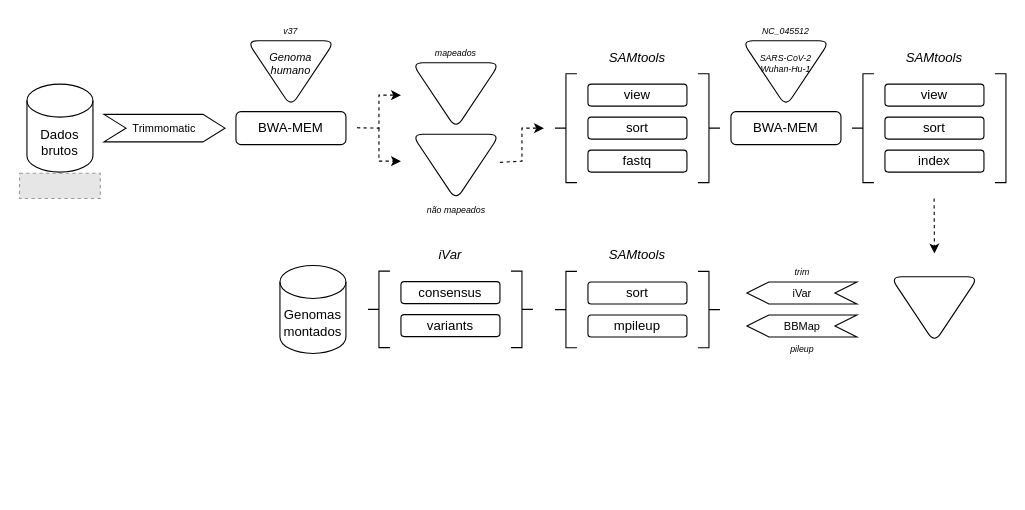
This is workflow_sars-cov-2.drawio from ekazuo/draw-io, a draw.io file, before an edit. Source tidied: cells renumbered, new cells numbered last; positions are measured from the earlier drawing's top-left corner, leaving out a move shared by most shapes. Both pictures are drawn from the tidied source at 110%, with x=0, y=0 at pixel (19, 18). Pictures stored in the file or linked from it are replaced by grey dashed boxes.
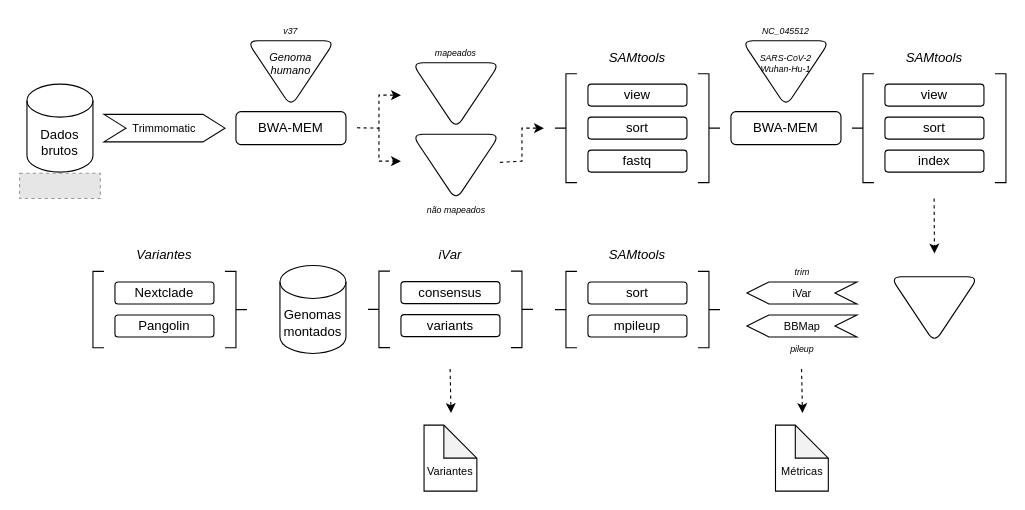
The same page after the edit.

Commit message:
identificação de variantes

What changed in the source:
```diff
@@
+    <mxCell id="47" style="endArrow=classic;html=1;rounded=0;fontSize=10;dashed=1;" parent="1" edge="1">
+      <mxGeometry relative="1" as="geometry">
+        <mxPoint x="711.2" y="319" as="sourcePoint" />
+        <mxPoint x="712" y="359" as="targetPoint" />
+      </mxGeometry>
+    </mxCell>
+    <mxCell id="48" value="&lt;div&gt;&lt;br&gt;&lt;/div&gt;&lt;div&gt;&lt;br&gt;&lt;/div&gt;&lt;div&gt;Métricas&lt;br&gt;&lt;/div&gt;" style="shape=note;whiteSpace=wrap;html=1;backgroundOutline=1;darkOpacity=0.05;fontSize=10;" parent="1" vertex="1">
+      <mxGeometry x="687.5" y="370" width="48" height="60" as="geometry" />
+    </mxCell>
+    <mxCell id="49" style="endArrow=classic;html=1;rounded=0;fontSize=10;dashed=1;" parent="1" edge="1">
+      <mxGeometry relative="1" as="geometry">
+        <mxPoint x="391.7" y="319" as="sourcePoint" />
+        <mxPoint x="392.5" y="359" as="targetPoint" />
+      </mxGeometry>
+    </mxCell>
+    <mxCell id="50" value="&lt;div&gt;&lt;br&gt;&lt;/div&gt;&lt;div&gt;&lt;br&gt;&lt;/div&gt;&lt;div&gt;Variantes&lt;/div&gt;" style="shape=note;whiteSpace=wrap;html=1;backgroundOutline=1;darkOpacity=0.05;fontSize=10;" parent="1" vertex="1">
+      <mxGeometry x="368" y="370" width="48" height="60" as="geometry" />
+    </mxCell>
+    <mxCell id="51" value="Nextclade" style="rounded=1;whiteSpace=wrap;html=1;" parent="1" vertex="1">
+      <mxGeometry x="87" y="239.8" width="90" height="20" as="geometry" />
+    </mxCell>
+    <mxCell id="52" value="Pangolin" style="rounded=1;whiteSpace=wrap;html=1;" parent="1" vertex="1">
+      <mxGeometry x="87" y="269.8" width="90" height="20" as="geometry" />
+    </mxCell>
+    <mxCell id="53" style="shape=curlyBracket;whiteSpace=wrap;html=1;rounded=0;size=0;" parent="1" vertex="1">
+      <mxGeometry x="67" y="230.2" width="10" height="69.5" as="geometry" />
+    </mxCell>
+    <mxCell id="54" value="&lt;i&gt;Variantes&lt;/i&gt;" style="text;html=1;strokeColor=none;fillColor=none;align=center;verticalAlign=middle;whiteSpace=wrap;rounded=0;fontSize=12;" parent="1" vertex="1">
+      <mxGeometry x="82" y="200.2" width="100" height="30" as="geometry" />
+    </mxCell>
+    <mxCell id="55" style="shape=curlyBracket;whiteSpace=wrap;html=1;rounded=0;size=0.5;rotation=-180;" parent="1" vertex="1">
+      <mxGeometry x="187" y="230.2" width="20" height="69.5" as="geometry" />
+    </mxCell>
```
